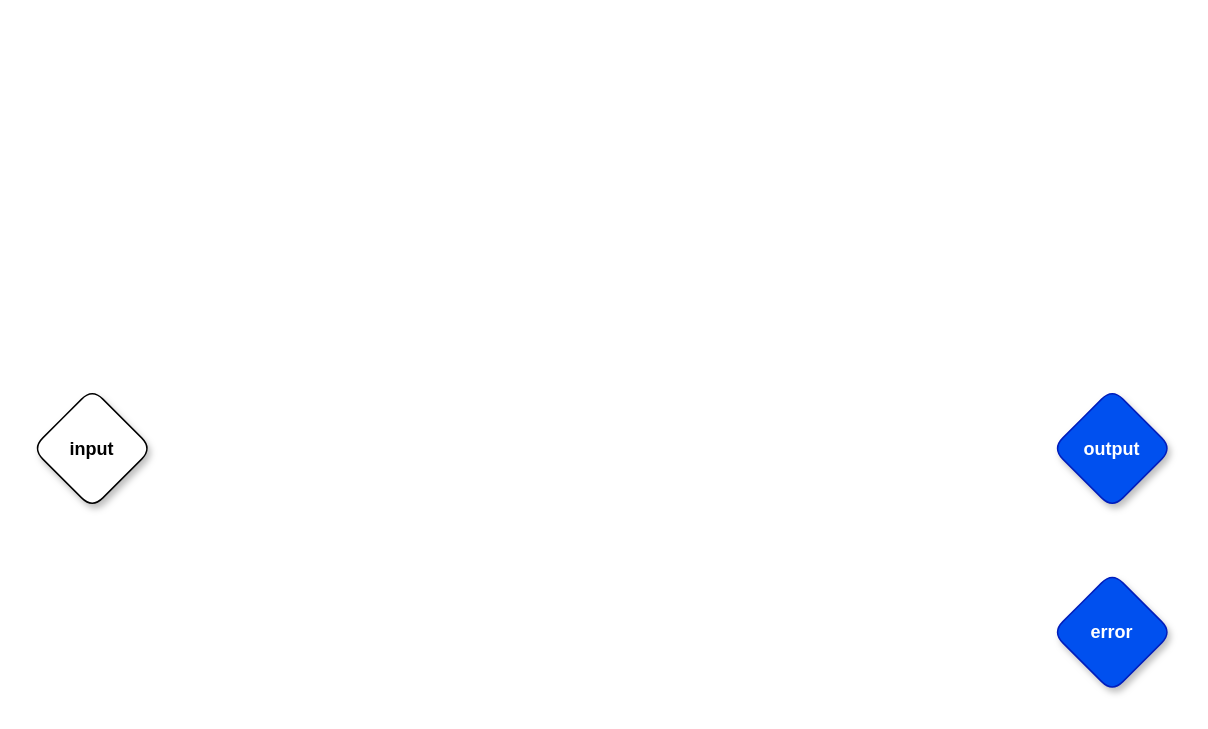
This is page "main" (1 of 4) of templates/project.drawio from guitarvydas/0D, a draw.io file, before an edit. Source tidied: cells renumbered, new cells numbered last; positions are measured from the earlier drawing's top-left corner, leaving out a move shared by most shapes. Both pictures are drawn from the tidied source at 150%, with x=0, y=0 at pixel (32, 388).
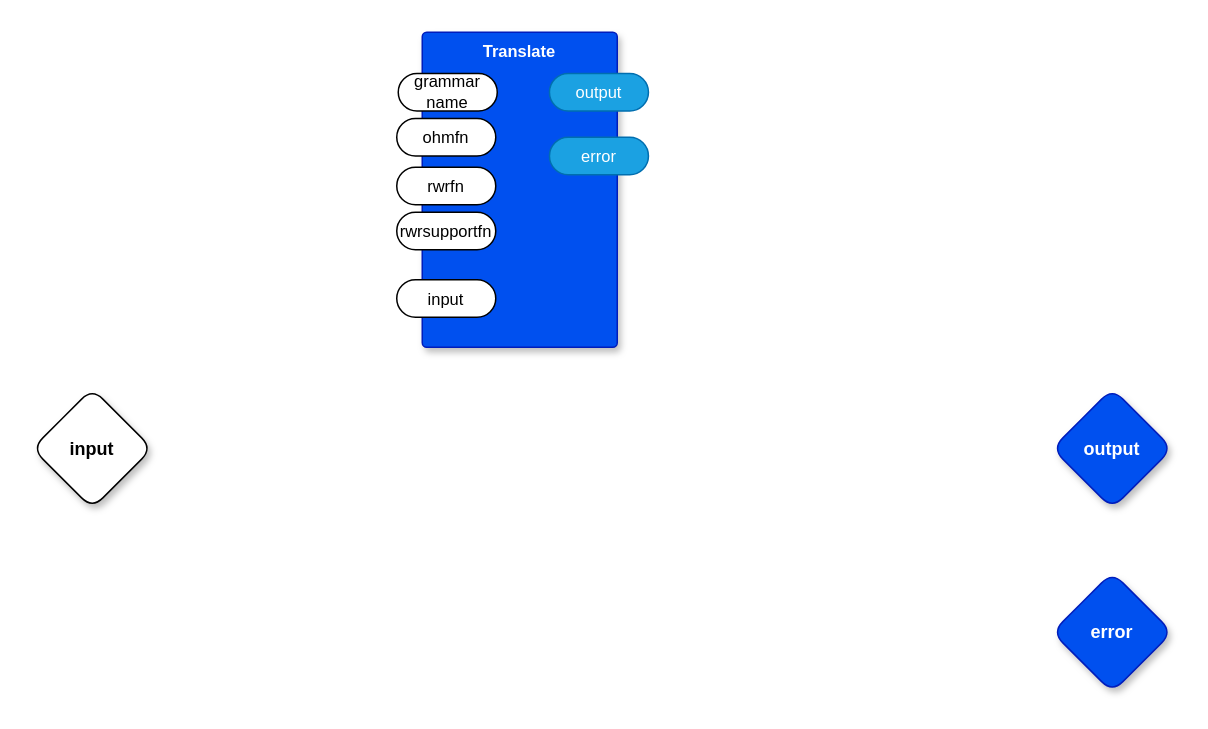
The same diagram, later.

The edit, as a diff of the source:
```diff
@@
 <mxGraphModel>
   <root>
     <mxCell id="0" />
     <mxCell id="1" parent="0" />
     <mxCell id="2" value="input" style="rhombus;whiteSpace=wrap;html=1;rounded=1;fontStyle=1;glass=0;sketch=0;fontSize=12;shadow=1;fontFamily=Helvetica;fontColor=default;" parent="1" vertex="1">
       <mxGeometry y="-0.5" width="80" height="80" as="geometry" />
     </mxCell>
     <mxCell id="3" value="output" style="rhombus;whiteSpace=wrap;html=1;rounded=1;fillColor=#0050ef;fontColor=#ffffff;strokeColor=#001DBC;fontStyle=1;glass=0;sketch=0;fontSize=12;shadow=1;fontFamily=Helvetica;" parent="1" vertex="1">
       <mxGeometry x="680" y="-0.5" width="80" height="80" as="geometry" />
     </mxCell>
     <mxCell id="4" value="error" style="rhombus;whiteSpace=wrap;html=1;rounded=1;fillColor=#0050ef;fontColor=#ffffff;strokeColor=#001DBC;fontStyle=1;glass=0;sketch=0;fontSize=12;shadow=1;fontFamily=Helvetica;" parent="1" vertex="1">
       <mxGeometry x="680" y="122" width="80" height="80" as="geometry" />
     </mxCell>
+    <mxCell id="5" value="Translate" style="rounded=1;whiteSpace=wrap;html=1;sketch=0;verticalAlign=top;arcSize=6;fontStyle=1;absoluteArcSize=1;shadow=1;strokeColor=#001DBC;fillColor=#0050ef;fontColor=#ffffff;fontFamily=Helvetica;fontSize=11;" parent="1" vertex="1">
+      <mxGeometry x="260" y="-238" width="130" height="210" as="geometry" />
+    </mxCell>
+    <mxCell id="6" value="ohmfn" style="rounded=1;whiteSpace=wrap;html=1;sketch=0;arcSize=50;fontFamily=Helvetica;fontSize=11;fontColor=default;fontStyle=0;" parent="5" vertex="1">
+      <mxGeometry x="-17" y="57.5" width="66" height="25" as="geometry" />
+    </mxCell>
+    <mxCell id="7" value="output" style="rounded=1;whiteSpace=wrap;html=1;sketch=0;fillColor=#1ba1e2;fontColor=#ffffff;strokeColor=#006EAF;arcSize=50;fontFamily=Helvetica;fontSize=11;" parent="5" vertex="1">
+      <mxGeometry x="84.8" y="27.5" width="66" height="25" as="geometry" />
+    </mxCell>
+    <mxCell id="8" value="error" style="rounded=1;whiteSpace=wrap;html=1;sketch=0;fillColor=#1ba1e2;fontColor=#ffffff;strokeColor=#006EAF;arcSize=50;fontFamily=Helvetica;fontSize=11;" parent="5" vertex="1">
+      <mxGeometry x="84.8" y="70" width="66" height="25" as="geometry" />
+    </mxCell>
+    <mxCell id="9" value="rwrfn" style="rounded=1;whiteSpace=wrap;html=1;sketch=0;arcSize=50;fontFamily=Helvetica;fontSize=11;fontColor=default;" parent="5" vertex="1">
+      <mxGeometry x="-17" y="90" width="66" height="25" as="geometry" />
+    </mxCell>
+    <mxCell id="10" value="input" style="rounded=1;whiteSpace=wrap;html=1;sketch=0;arcSize=50;fontFamily=Helvetica;fontSize=11;fontColor=default;" parent="5" vertex="1">
+      <mxGeometry x="-17" y="165" width="66" height="25" as="geometry" />
+    </mxCell>
+    <mxCell id="11" value="grammar name" style="rounded=1;whiteSpace=wrap;html=1;sketch=0;arcSize=50;fontFamily=Helvetica;fontSize=11;fontColor=default;" parent="5" vertex="1">
+      <mxGeometry x="-16" y="27.5" width="66" height="25" as="geometry" />
+    </mxCell>
+    <mxCell id="12" value="rwrsupportfn" style="rounded=1;whiteSpace=wrap;html=1;sketch=0;arcSize=50;fontFamily=Helvetica;fontSize=11;fontColor=default;" parent="5" vertex="1">
+      <mxGeometry x="-17" y="120" width="66" height="25" as="geometry" />
+    </mxCell>
   </root>
 </mxGraphModel>
```
